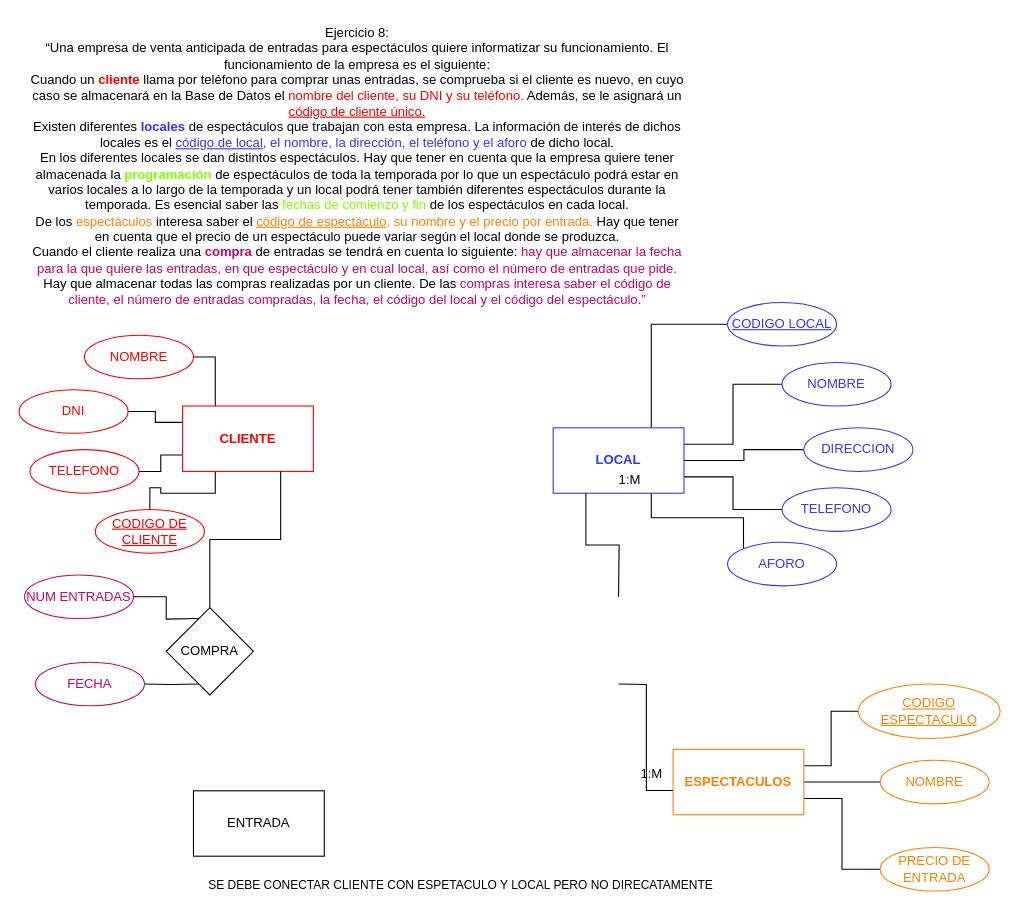
Before: page "Página-4" (4 of 5) of Diagrama sin título.drawio in Cris25nkl/DIAGRAMS_BD, a draw.io diagram. Source tidied: cells renumbered, new cells numbered last; positions are measured from the earlier drawing's top-left corner, leaving out a move shared by most shapes. Both pictures are drawn from the tidied source at 109%, with x=0, y=0 at pixel (19, 19).
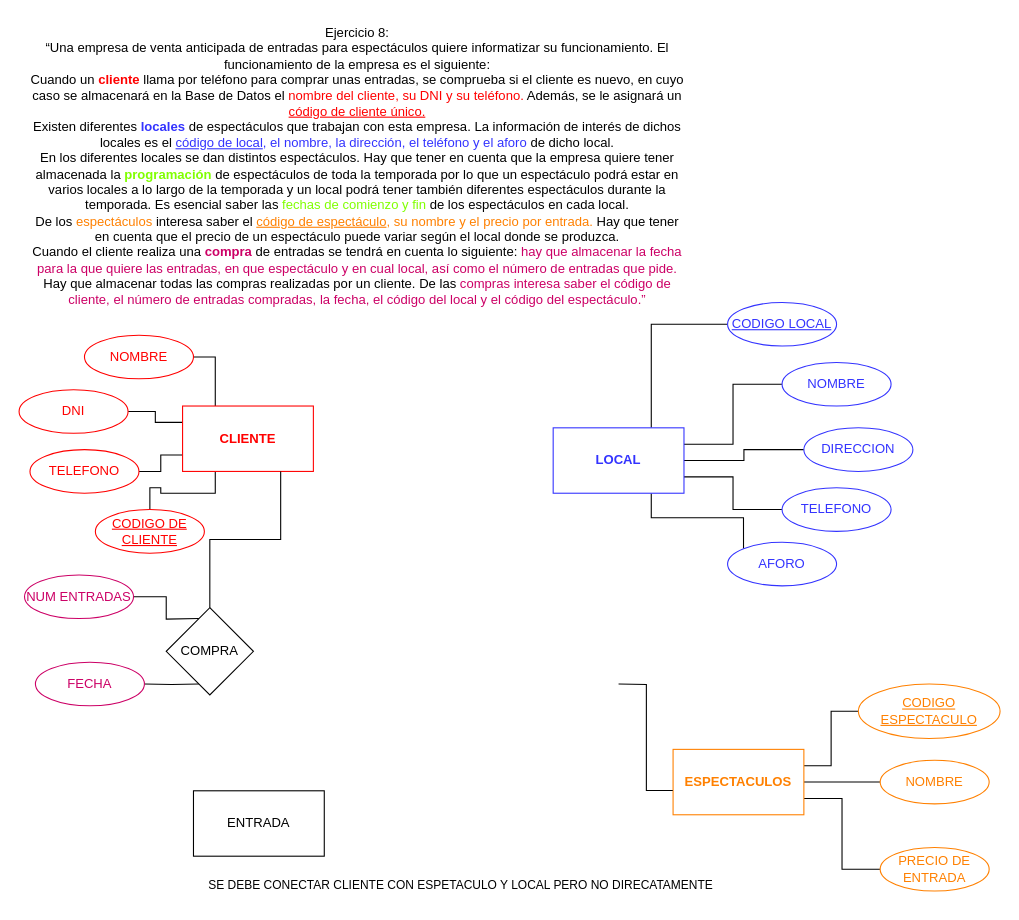
The same page after the edit.

The change refers to these unchanged cells:
```xml
<mxCell id="13" value="&lt;b&gt;LOCAL&lt;/b&gt;" style="whiteSpace=wrap;html=1;strokeColor=#3333FF;fontColor=#3333FF;" parent="1" vertex="1">
  <mxGeometry x="490" y="375" width="120" height="60" as="geometry" />
</mxCell>
```

The edit, as a diff of the source:
```diff
@@
-    <mxCell id="34" style="edgeStyle=orthogonalEdgeStyle;rounded=0;jettySize=auto;html=1;entryX=0.25;entryY=1;entryDx=0;entryDy=0;endArrow=none;endFill=0;" parent="1" edge="1" target="13">
-      <mxGeometry relative="1" as="geometry">
-        <mxPoint x="550" y="530" as="sourcePoint" />
-      </mxGeometry>
-    </mxCell>
@@
-    <mxCell id="36" value="1:M" style="text;html=1;align=center;verticalAlign=middle;strokeColor=none;fillColor=none;" parent="1" vertex="1">
-      <mxGeometry x="540" y="408" width="40" height="30" as="geometry" />
-    </mxCell>
-    <mxCell id="37" value="1:M" style="text;html=1;align=center;verticalAlign=middle;strokeColor=none;fillColor=none;" parent="1" vertex="1">
-      <mxGeometry x="560" y="678" width="40" height="30" as="geometry" />
-    </mxCell>
```
